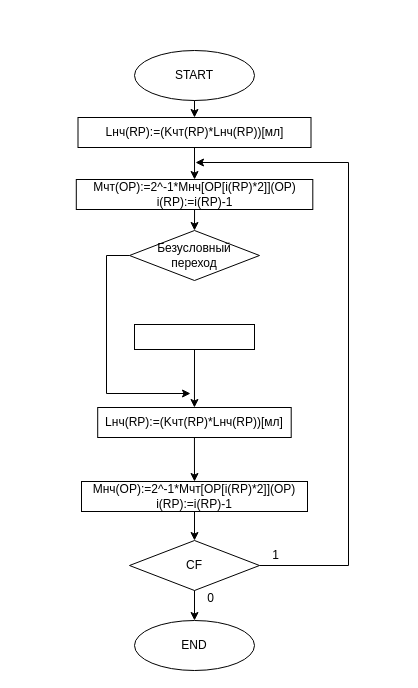
The draw.io diagram test-program_BUK.drawio in TimurQQ/Workshop, before the edit. Source tidied: cells renumbered, new cells numbered last; positions are measured from the earlier drawing's top-left corner, leaving out a move shared by most shapes. Both pictures are drawn from the tidied source at 100%, with x=0, y=0 at pixel (51, 50).
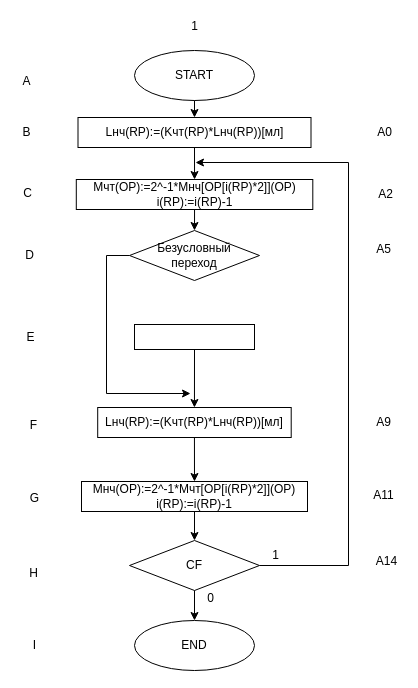
The same diagram, later.

Change to the diagram source:
```diff
@@
+    <mxCell id="22" value="1" style="text;html=1;align=center;verticalAlign=middle;strokeColor=none;fillColor=none;" parent="1" vertex="1">
+      <mxGeometry x="134.5" y="-33" width="17" height="18" as="geometry" />
+    </mxCell>
+    <mxCell id="23" value="A" style="text;html=1;align=center;verticalAlign=middle;strokeColor=none;fillColor=none;" parent="1" vertex="1">
+      <mxGeometry x="-34" y="22" width="18" height="18" as="geometry" />
+    </mxCell>
+    <mxCell id="24" value="B" style="text;html=1;align=center;verticalAlign=middle;strokeColor=none;fillColor=none;" parent="1" vertex="1">
+      <mxGeometry x="-34" y="73" width="18" height="18" as="geometry" />
+    </mxCell>
+    <mxCell id="25" value="C" style="text;html=1;align=center;verticalAlign=middle;strokeColor=none;fillColor=none;" parent="1" vertex="1">
+      <mxGeometry x="-34" y="134" width="19" height="18" as="geometry" />
+    </mxCell>
+    <mxCell id="26" value="D" style="text;html=1;align=center;verticalAlign=middle;strokeColor=none;fillColor=none;" parent="1" vertex="1">
+      <mxGeometry x="-32" y="196" width="19" height="18" as="geometry" />
+    </mxCell>
+    <mxCell id="27" value="E" style="text;html=1;align=center;verticalAlign=middle;strokeColor=none;fillColor=none;" parent="1" vertex="1">
+      <mxGeometry x="-30" y="277.5" width="18" height="18" as="geometry" />
+    </mxCell>
+    <mxCell id="28" value="F" style="text;html=1;align=center;verticalAlign=middle;strokeColor=none;fillColor=none;" parent="1" vertex="1">
+      <mxGeometry x="-27" y="366" width="17" height="18" as="geometry" />
+    </mxCell>
+    <mxCell id="29" value="G" style="text;html=1;align=center;verticalAlign=middle;strokeColor=none;fillColor=none;" parent="1" vertex="1">
+      <mxGeometry x="-27" y="439" width="19" height="18" as="geometry" />
+    </mxCell>
+    <mxCell id="30" value="H" style="text;html=1;align=center;verticalAlign=middle;strokeColor=none;fillColor=none;" parent="1" vertex="1">
+      <mxGeometry x="-28" y="514" width="19" height="18" as="geometry" />
+    </mxCell>
+    <mxCell id="31" value="A0" style="text;html=1;align=center;verticalAlign=middle;strokeColor=none;fillColor=none;" parent="1" vertex="1">
+      <mxGeometry x="320" y="73" width="25" height="18" as="geometry" />
+    </mxCell>
+    <mxCell id="32" value="A2" style="text;html=1;align=center;verticalAlign=middle;strokeColor=none;fillColor=none;" parent="1" vertex="1">
+      <mxGeometry x="321" y="135" width="25" height="18" as="geometry" />
+    </mxCell>
+    <mxCell id="33" value="A5" style="text;html=1;align=center;verticalAlign=middle;strokeColor=none;fillColor=none;" parent="1" vertex="1">
+      <mxGeometry x="319" y="190" width="25" height="18" as="geometry" />
+    </mxCell>
+    <mxCell id="34" value="A9" style="text;html=1;align=center;verticalAlign=middle;strokeColor=none;fillColor=none;" parent="1" vertex="1">
+      <mxGeometry x="319" y="363" width="25" height="18" as="geometry" />
+    </mxCell>
+    <mxCell id="35" value="A11" style="text;html=1;align=center;verticalAlign=middle;strokeColor=none;fillColor=none;" parent="1" vertex="1">
+      <mxGeometry x="317" y="436" width="30" height="18" as="geometry" />
+    </mxCell>
+    <mxCell id="36" value="A14" style="text;html=1;align=center;verticalAlign=middle;strokeColor=none;fillColor=none;" parent="1" vertex="1">
+      <mxGeometry x="319" y="502" width="31" height="18" as="geometry" />
+    </mxCell>
+    <mxCell id="37" value="I" style="text;html=1;align=center;verticalAlign=middle;strokeColor=none;fillColor=none;" parent="1" vertex="1">
+      <mxGeometry x="-24" y="586" width="13" height="18" as="geometry" />
+    </mxCell>
```
